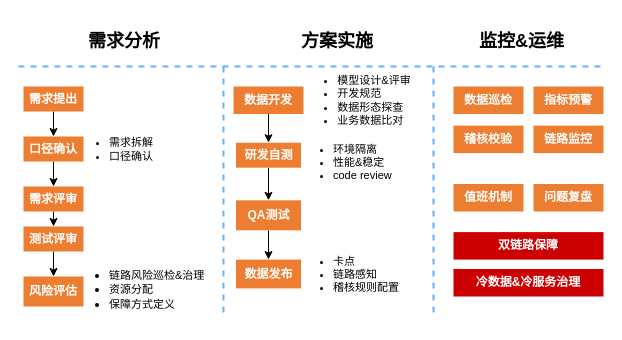
This is mt质量保障.drawio from mineminemine123/work-wiki, a draw.io file, before an edit. Source tidied: cells renumbered, new cells numbered last; positions are measured from the earlier drawing's top-left corner, leaving out a move shared by most shapes. Both pictures are drawn from the tidied source at 100%, with x=0, y=0 at pixel (18, 26).
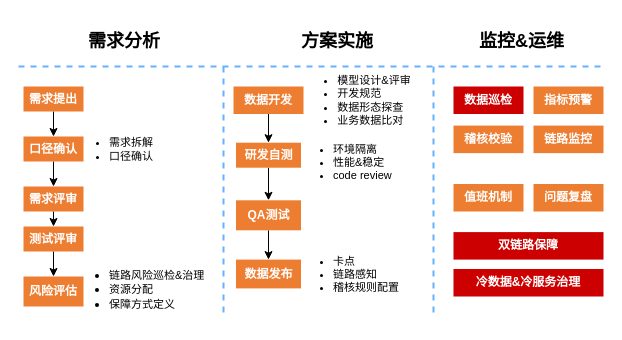
Above is the later version.

Commit message:
更新mt质量保障.drawio

Change to the diagram source:
```diff
@@
-    <mxCell id="28" value="&lt;font color=&quot;#ffffff&quot;&gt;&lt;b&gt;数据巡检&lt;/b&gt;&lt;/font&gt;" style="rounded=0;whiteSpace=wrap;html=1;strokeColor=none;fillColor=#ed7d31;fontFamily=微软雅黑;" parent="1" vertex="1">
+    <mxCell id="28" value="&lt;font color=&quot;#ffffff&quot;&gt;&lt;b&gt;数据巡检&lt;/b&gt;&lt;/font&gt;" style="rounded=0;whiteSpace=wrap;html=1;strokeColor=none;fillColor=#CC0000;fontFamily=微软雅黑;" parent="1" vertex="1">
       <mxGeometry x="435" y="60" width="70" height="27.5" as="geometry" />
     </mxCell>
```
